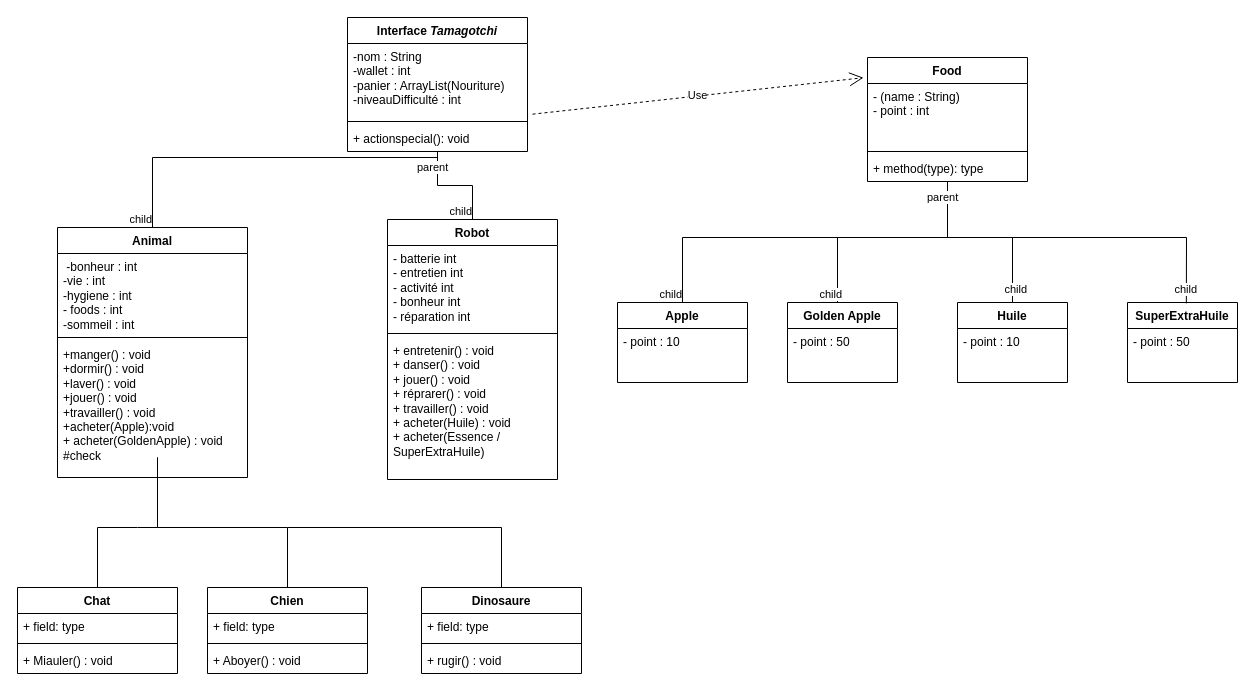
The draw.io diagram page "Page-2" (2 of 2) of Diagram.drawio in BMaurice56/Tamagotchi, before the edit. Source tidied: cells renumbered, new cells numbered last; positions are measured from the earlier drawing's top-left corner, leaving out a move shared by most shapes. Both pictures are drawn from the tidied source at 100%, with x=0, y=0 at pixel (17, 17).
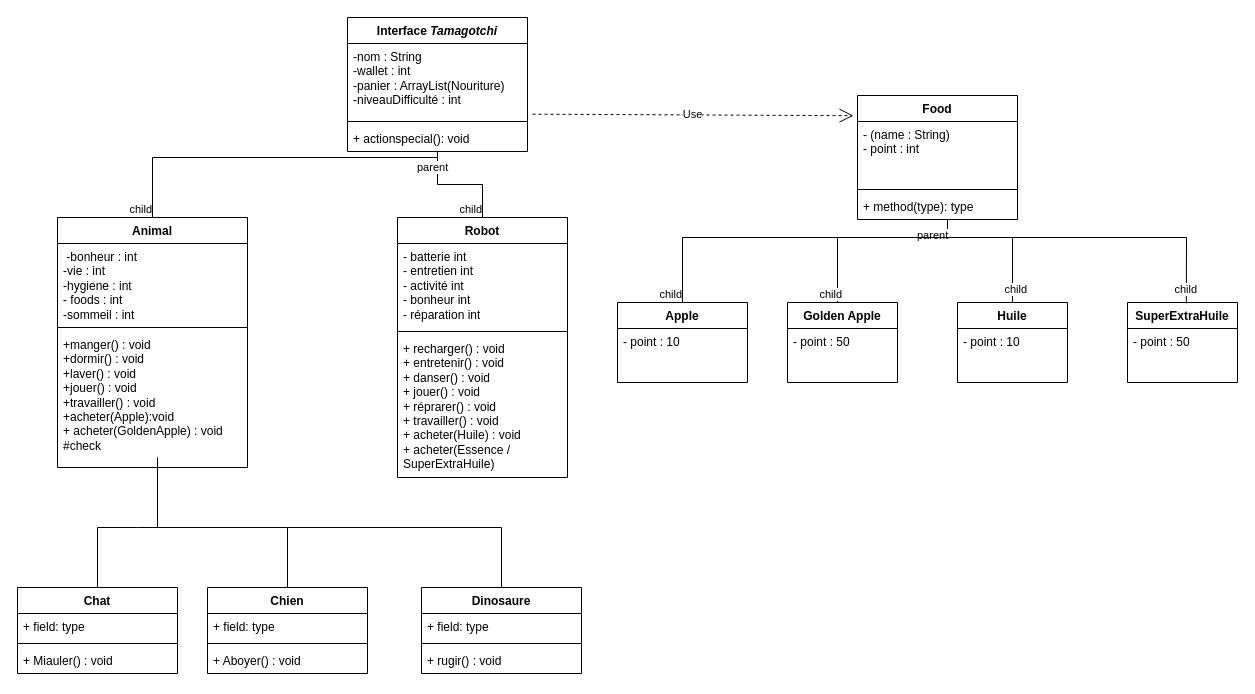
The same diagram, later.

Commit message:
methode recharge dans Robot

The edit, as a diff of the source:
```diff
@@
     <mxCell id="10" value="Robot" style="swimlane;fontStyle=1;align=center;verticalAlign=top;horizontal=1;startSize=26;whiteSpace=wrap;html=1;" parent="1" vertex="1">
-      <mxGeometry x="370" y="202" width="170" height="260" as="geometry" />
+      <mxGeometry x="380" y="200" width="170" height="260" as="geometry" />
     </mxCell>
@@
-    <mxCell id="13" value="+ entretenir() : void&lt;br&gt;+ danser() : void&lt;br&gt;+ jouer() : void&lt;br&gt;+ réprarer() : void&lt;br&gt;+ travailler() : void&lt;br&gt;+ acheter(Huile) : void&lt;br&gt;+ acheter(Essence / SuperExtraHuile)" style="text;strokeColor=none;fillColor=none;align=left;verticalAlign=top;spacingLeft=4;spacingRight=4;overflow=hidden;whiteSpace=wrap;html=1;" parent="10" vertex="1">
+    <mxCell id="13" value="+ recharger() : void&lt;br&gt;&lt;div&gt;+ entretenir() : void&lt;/div&gt;+ danser() : void&lt;br&gt;+ jouer() : void&lt;br&gt;+ réprarer() : void&lt;br&gt;+ travailler() : void&lt;br&gt;+ acheter(Huile) : void&lt;br&gt;+ acheter(Essence / SuperExtraHuile)" style="text;strokeColor=none;fillColor=none;align=left;verticalAlign=top;spacingLeft=4;spacingRight=4;overflow=hidden;whiteSpace=wrap;html=1;" parent="10" vertex="1">
       <mxGeometry y="118" width="170" height="142" as="geometry" />
     </mxCell>
     <mxCell id="14" value="Animal" style="swimlane;fontStyle=1;align=center;verticalAlign=top;horizontal=1;startSize=26;whiteSpace=wrap;html=1;" parent="1" vertex="1">
-      <mxGeometry x="40" y="210" width="190" height="250" as="geometry" />
+      <mxGeometry x="40" y="200" width="190" height="250" as="geometry" />
     </mxCell>
@@
     <mxCell id="23" value="Food" style="swimlane;fontStyle=1;align=center;verticalAlign=top;horizontal=1;startSize=26;whiteSpace=wrap;html=1;" parent="1" vertex="1">
-      <mxGeometry x="850" y="40" width="160" height="124" as="geometry" />
+      <mxGeometry x="840" y="78" width="160" height="124" as="geometry" />
     </mxCell>
```
